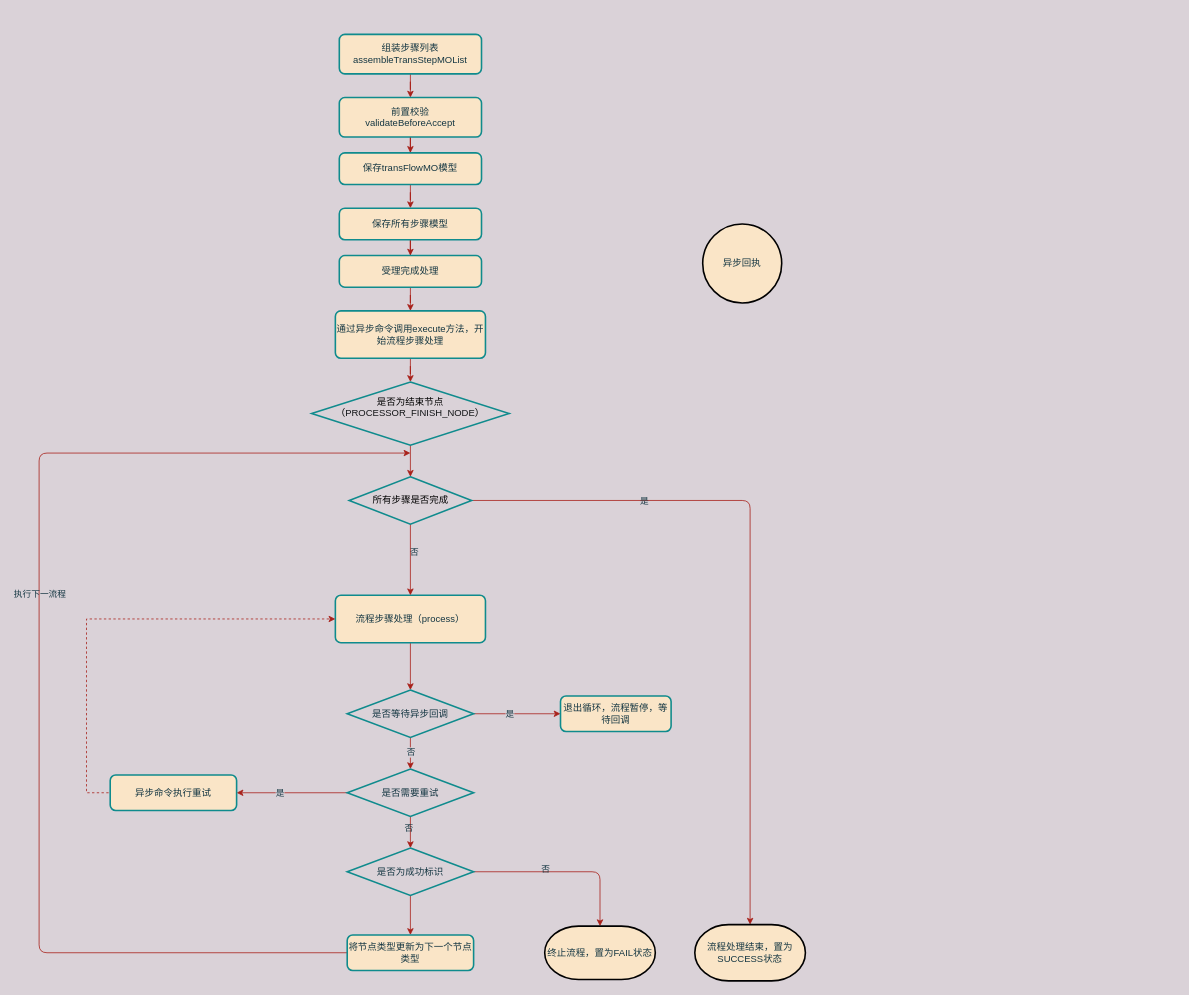
Earlier version of the draw.io diagram 流程编排.drawio (windlively/draw.io). Source tidied: cells renumbered, new cells numbered last; positions are measured from the earlier drawing's top-left corner, leaving out a move shared by most shapes. Both pictures are drawn from the tidied source at 79%, with x=0, y=0 at pixel (39, 34).
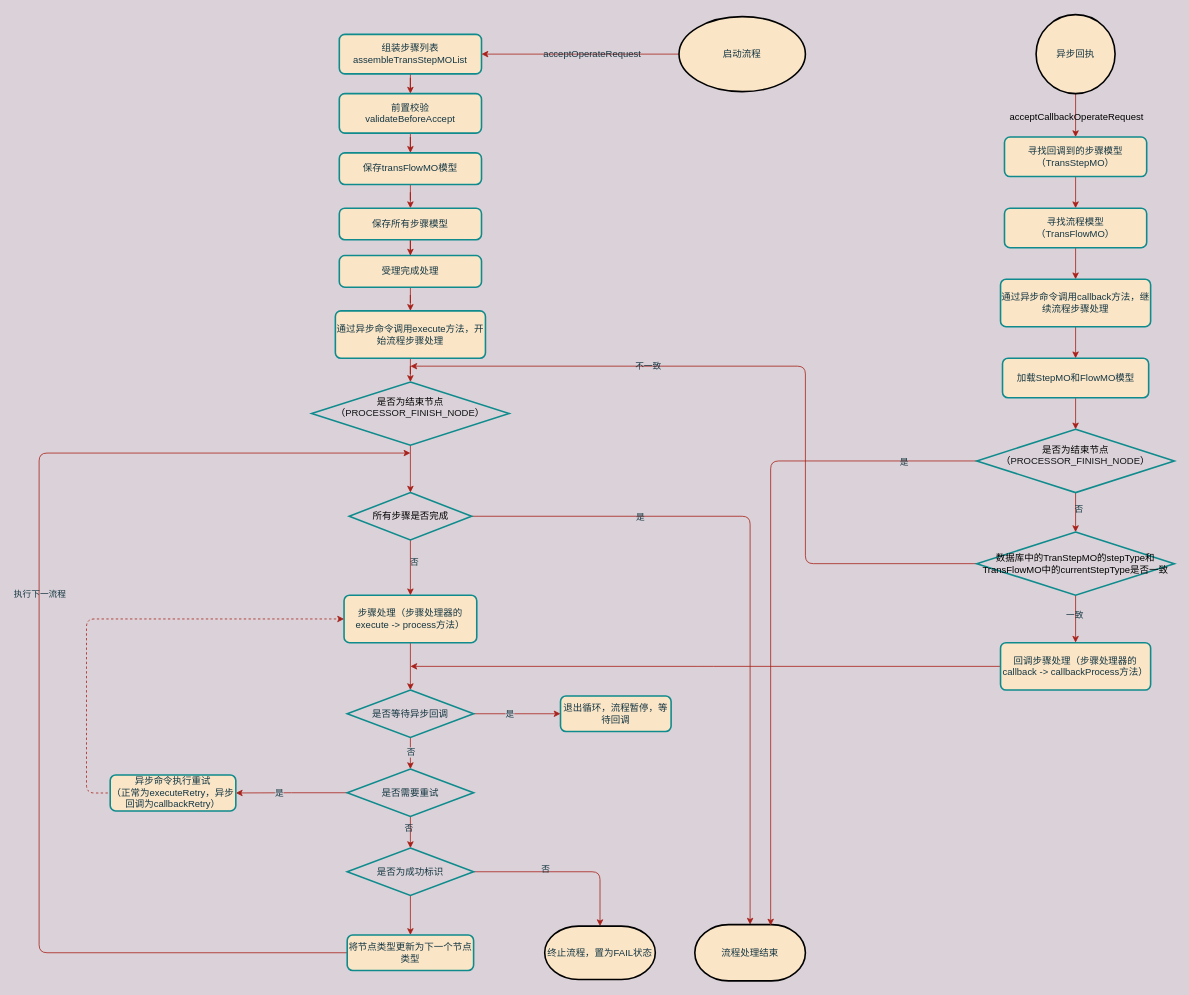
After the change.

Commit message:
更新流程编排.drawio

The change refers to these unchanged cells:
```xml
<mxCell id="3" value="组装步骤列表&lt;br&gt;assembleTransStepMOList" style="rounded=1;whiteSpace=wrap;html=1;absoluteArcSize=1;arcSize=14;strokeWidth=2;fillColor=#FAE5C7;strokeColor=#0F8B8D;fontColor=#143642;" parent="1" vertex="1">
  <mxGeometry x="380" width="180" height="50" as="geometry" />
</mxCell>
```

Change to the diagram source:
```diff
@@
     <mxCell id="5" value="前置校验&lt;br&gt;validateBeforeAccept" style="rounded=1;whiteSpace=wrap;html=1;absoluteArcSize=1;arcSize=14;strokeWidth=2;fillColor=#FAE5C7;strokeColor=#0F8B8D;fontColor=#143642;" parent="1" vertex="1">
-      <mxGeometry x="380" y="80" width="180" height="50" as="geometry" />
+      <mxGeometry x="380" y="75" width="180" height="50" as="geometry" />
     </mxCell>
@@
-    <mxCell id="15" value="流程步骤处理（process）" style="rounded=1;whiteSpace=wrap;html=1;absoluteArcSize=1;arcSize=14;strokeWidth=2;fillColor=#FAE5C7;strokeColor=#0F8B8D;fontColor=#143642;" parent="1" vertex="1">
-      <mxGeometry x="375" y="710" width="190" height="60" as="geometry" />
+    <mxCell id="15" value="步骤处理（步骤处理器的execute -&amp;gt; process方法）" style="rounded=1;whiteSpace=wrap;html=1;absoluteArcSize=1;arcSize=14;strokeWidth=2;fillColor=#FAE5C7;strokeColor=#0F8B8D;fontColor=#143642;" parent="1" vertex="1">
+      <mxGeometry x="386" y="710" width="168" height="60" as="geometry" />
     </mxCell>
@@
-    <mxCell id="27" style="edgeStyle=orthogonalEdgeStyle;rounded=0;jettySize=auto;html=1;labelBackgroundColor=#DAD2D8;strokeColor=#A8201A;fontColor=#143642;dashed=1;exitX=1;exitY=0.5;exitDx=0;exitDy=0;entryX=0;entryY=0.5;entryDx=0;entryDy=0;" parent="1" edge="1" source="28" target="15">
+    <mxCell id="27" style="edgeStyle=orthogonalEdgeStyle;rounded=1;jettySize=auto;html=1;labelBackgroundColor=#DAD2D8;strokeColor=#A8201A;fontColor=#143642;dashed=1;exitX=1;exitY=0.5;exitDx=0;exitDy=0;entryX=0;entryY=0.5;entryDx=0;entryDy=0;" parent="1" edge="1" source="28" target="15">
       <mxGeometry relative="1" as="geometry">
         <Array as="points">
           <mxPoint x="60" y="960" />
           <mxPoint x="60" y="740" />
         </Array>
       </mxGeometry>
     </mxCell>
-    <mxCell id="28" value="异步命令执行重试" style="rounded=1;whiteSpace=wrap;html=1;absoluteArcSize=1;arcSize=14;strokeWidth=2;fillColor=#FAE5C7;strokeColor=#0F8B8D;fontColor=#143642;" parent="1" vertex="1">
-      <mxGeometry x="90" y="937.5" width="160" height="45" as="geometry" />
+    <mxCell id="28" value="异步命令执行重试&lt;br&gt;（正常为executeRetry，异步回调为callbackRetry）" style="rounded=1;whiteSpace=wrap;html=1;absoluteArcSize=1;arcSize=14;strokeWidth=2;fillColor=#FAE5C7;strokeColor=#0F8B8D;fontColor=#143642;" parent="1" vertex="1">
+      <mxGeometry x="90" y="937.5" width="159" height="45.5" as="geometry" />
     </mxCell>
@@
+    <mxCell id="46" value="&lt;span style=&quot;font-size: 12px;&quot;&gt;acceptOperateRequest&lt;/span&gt;" style="edgeStyle=orthogonalEdgeStyle;curved=0;rounded=1;sketch=0;jettySize=auto;html=1;entryX=1;entryY=0.5;entryDx=0;entryDy=0;fontColor=#143642;strokeColor=#A8201A;fillColor=#FAE5C7;labelBackgroundColor=none;" parent="1" edge="1" source="36" target="3">
+      <mxGeometry x="-0.12" relative="1" as="geometry" />
+    </mxCell>
-    <mxCell id="36" value="异步回执" style="strokeWidth=2;html=1;shape=mxgraph.flowchart.start_2;whiteSpace=wrap;rounded=0;labelBackgroundColor=none;sketch=0;fontColor=#143642;fillColor=#FAE5C7;" parent="1" vertex="1">
-      <mxGeometry x="840" y="240" width="100" height="100" as="geometry" />
+    <mxCell id="36" value="启动流程&lt;br&gt;" style="strokeWidth=2;html=1;shape=mxgraph.flowchart.start_2;whiteSpace=wrap;rounded=0;labelBackgroundColor=none;sketch=0;fontColor=#143642;fillColor=#FAE5C7;" parent="1" vertex="1">
+      <mxGeometry x="810" y="-22.5" width="160" height="95" as="geometry" />
     </mxCell>
@@
     <mxCell id="41" value="&lt;span&gt;&lt;font color=&quot;#000000&quot; style=&quot;font-size: 12px&quot;&gt;所有步骤是否完成&lt;/font&gt;&lt;/span&gt;" style="strokeWidth=2;html=1;shape=mxgraph.flowchart.decision;whiteSpace=wrap;fillColor=none;strokeColor=#0F8B8D;fontColor=#143642;" parent="1" vertex="1">
-      <mxGeometry x="392.5" y="560" width="155" height="60" as="geometry" />
+      <mxGeometry x="392.5" y="580" width="155" height="60" as="geometry" />
     </mxCell>
-    <mxCell id="42" value="流程处理结束，置为SUCCESS状态" style="strokeWidth=2;html=1;shape=mxgraph.flowchart.terminator;whiteSpace=wrap;rounded=0;labelBackgroundColor=none;sketch=0;fontColor=#143642;fillColor=#FAE5C7;" parent="1" vertex="1">
+    <mxCell id="42" value="流程处理结束" style="strokeWidth=2;html=1;shape=mxgraph.flowchart.terminator;whiteSpace=wrap;rounded=0;labelBackgroundColor=none;sketch=0;fontColor=#143642;fillColor=#FAE5C7;" parent="1" vertex="1">
       <mxGeometry x="830" y="1126.9" width="140" height="71.2" as="geometry" />
     </mxCell>
@@
+    <mxCell id="47" style="edgeStyle=orthogonalEdgeStyle;curved=0;rounded=1;sketch=0;jettySize=auto;html=1;entryX=0.5;entryY=0;entryDx=0;entryDy=0;fontColor=#143642;strokeColor=#A8201A;fillColor=#FAE5C7;" parent="1" edge="1" source="49" target="51">
+      <mxGeometry relative="1" as="geometry" />
+    </mxCell>
+    <mxCell id="48" value="&lt;pre&gt;&lt;font style=&quot;font-size: 12px;&quot; face=&quot;Helvetica&quot; color=&quot;#000000&quot;&gt;acceptCallbackOperateRequest&lt;/font&gt;&lt;/pre&gt;" style="edgeLabel;html=1;align=center;verticalAlign=middle;fontColor=#143642;labelBackgroundColor=none;" parent="47" vertex="1">
+      <mxGeometry x="-0.47" relative="1" as="geometry">
+        <mxPoint y="14" as="offset" />
+      </mxGeometry>
+    </mxCell>
+    <mxCell id="49" value="异步回执" style="strokeWidth=2;html=1;shape=mxgraph.flowchart.start_2;whiteSpace=wrap;rounded=0;labelBackgroundColor=none;sketch=0;fontColor=#143642;fillColor=#FAE5C7;" parent="1" vertex="1">
+      <mxGeometry x="1262" y="-25" width="100" height="100" as="geometry" />
+    </mxCell>
+    <mxCell id="50" style="edgeStyle=orthogonalEdgeStyle;curved=0;rounded=1;sketch=0;jettySize=auto;html=1;entryX=0.5;entryY=0;entryDx=0;entryDy=0;labelBackgroundColor=none;fontColor=#143642;strokeColor=#A8201A;fillColor=#FAE5C7;" parent="1" edge="1" source="51" target="53">
+      <mxGeometry relative="1" as="geometry" />
+    </mxCell>
+    <mxCell id="51" value="寻找回调到的步骤模型&lt;br&gt;（TransStepMO）" style="rounded=1;whiteSpace=wrap;html=1;absoluteArcSize=1;arcSize=14;strokeWidth=2;fillColor=#FAE5C7;strokeColor=#0F8B8D;fontColor=#143642;" parent="1" vertex="1">
+      <mxGeometry x="1222" y="130" width="180" height="50" as="geometry" />
+    </mxCell>
+    <mxCell id="52" style="edgeStyle=orthogonalEdgeStyle;curved=0;rounded=1;sketch=0;jettySize=auto;html=1;entryX=0.5;entryY=0;entryDx=0;entryDy=0;labelBackgroundColor=none;fontColor=#143642;strokeColor=#A8201A;fillColor=#FAE5C7;" parent="1" edge="1" source="53" target="55">
+      <mxGeometry relative="1" as="geometry" />
+    </mxCell>
+    <mxCell id="53" value="寻找流程模型&lt;br&gt;（TransFlowMO）" style="rounded=1;whiteSpace=wrap;html=1;absoluteArcSize=1;arcSize=14;strokeWidth=2;fillColor=#FAE5C7;strokeColor=#0F8B8D;fontColor=#143642;" parent="1" vertex="1">
+      <mxGeometry x="1222" y="220" width="180" height="50" as="geometry" />
+    </mxCell>
+    <mxCell id="54" style="edgeStyle=orthogonalEdgeStyle;curved=0;rounded=1;sketch=0;jettySize=auto;html=1;labelBackgroundColor=none;fontColor=#143642;strokeColor=#A8201A;fillColor=#FAE5C7;" parent="1" edge="1" source="55" target="57">
+      <mxGeometry relative="1" as="geometry" />
+    </mxCell>
+    <mxCell id="55" value="通过异步命令调用callback方法，继续流程步骤处理" style="rounded=1;whiteSpace=wrap;html=1;absoluteArcSize=1;arcSize=14;strokeWidth=2;fillColor=#FAE5C7;strokeColor=#0F8B8D;fontColor=#143642;" parent="1" vertex="1">
+      <mxGeometry x="1217" y="310" width="190" height="60" as="geometry" />
+    </mxCell>
+    <mxCell id="56" style="edgeStyle=orthogonalEdgeStyle;curved=0;rounded=1;sketch=0;jettySize=auto;html=1;labelBackgroundColor=none;fontColor=#143642;strokeColor=#A8201A;fillColor=#FAE5C7;" parent="1" edge="1" source="57" target="62">
+      <mxGeometry relative="1" as="geometry" />
+    </mxCell>
+    <mxCell id="57" value="加载StepMO和FlowMO模型" style="rounded=1;whiteSpace=wrap;html=1;absoluteArcSize=1;arcSize=14;strokeWidth=2;fillColor=#FAE5C7;strokeColor=#0F8B8D;fontColor=#143642;" parent="1" vertex="1">
+      <mxGeometry x="1219.5" y="410" width="185" height="50" as="geometry" />
+    </mxCell>
+    <mxCell id="58" style="edgeStyle=orthogonalEdgeStyle;curved=0;rounded=1;sketch=0;jettySize=auto;html=1;entryX=0.686;entryY=0.016;entryDx=0;entryDy=0;entryPerimeter=0;labelBackgroundColor=none;fontColor=#143642;strokeColor=#A8201A;fillColor=#FAE5C7;" parent="1" edge="1" source="62" target="42">
+      <mxGeometry relative="1" as="geometry" />
+    </mxCell>
+    <mxCell id="59" value="是" style="edgeLabel;html=1;align=center;verticalAlign=middle;fontColor=#143642;labelBackgroundColor=none;" parent="58" vertex="1">
+      <mxGeometry x="-0.78" relative="1" as="geometry" />
+    </mxCell>
+    <mxCell id="60" style="edgeStyle=orthogonalEdgeStyle;curved=0;rounded=1;sketch=0;jettySize=auto;html=1;labelBackgroundColor=none;fontColor=#143642;strokeColor=#A8201A;fillColor=#FAE5C7;" parent="1" edge="1" source="62" target="67">
+      <mxGeometry relative="1" as="geometry" />
+    </mxCell>
+    <mxCell id="61" value="否" style="edgeLabel;html=1;align=center;verticalAlign=middle;fontColor=#143642;labelBackgroundColor=none;" parent="60" vertex="1">
+      <mxGeometry x="-0.2" y="3" relative="1" as="geometry" />
+    </mxCell>
+    <mxCell id="62" value="&lt;font color=&quot;#000000&quot; style=&quot;font-size: 12px&quot;&gt;是否为结束节点&lt;br&gt;&lt;font style=&quot;font-size: 12px&quot;&gt;（&lt;/font&gt;&lt;/font&gt;&lt;font style=&quot;font-size: 12px&quot;&gt;&lt;font style=&quot;font-size: 12px&quot;&gt;&lt;span style=&quot;color: rgb(18 , 20 , 22)&quot;&gt;PROCESSOR_FINISH_NODE&lt;/span&gt;&lt;span style=&quot;color: rgb(0 , 0 , 0)&quot;&gt;）&lt;/span&gt;&lt;/font&gt;&lt;br&gt;&lt;/font&gt;&lt;font color=&quot;#000000&quot;&gt;&lt;br&gt;&lt;/font&gt;" style="strokeWidth=2;html=1;shape=mxgraph.flowchart.decision;whiteSpace=wrap;fillColor=none;strokeColor=#0F8B8D;fontColor=#143642;" parent="1" vertex="1">
+      <mxGeometry x="1187" y="500" width="250" height="80" as="geometry" />
+    </mxCell>
+    <mxCell id="63" style="edgeStyle=orthogonalEdgeStyle;curved=0;rounded=1;sketch=0;jettySize=auto;html=1;labelBackgroundColor=none;fontColor=#143642;strokeColor=#A8201A;fillColor=#FAE5C7;" parent="1" edge="1" source="67">
+      <mxGeometry relative="1" as="geometry">
+        <mxPoint x="470" y="420" as="targetPoint" />
+        <Array as="points">
+          <mxPoint x="970" y="670" />
+          <mxPoint x="970" y="420" />
+        </Array>
+      </mxGeometry>
+    </mxCell>
+    <mxCell id="64" value="不一致" style="edgeLabel;html=1;align=center;verticalAlign=middle;fontColor=#143642;labelBackgroundColor=none;" parent="63" vertex="1">
+      <mxGeometry x="0.38" y="-1" relative="1" as="geometry" />
+    </mxCell>
+    <mxCell id="65" style="edgeStyle=orthogonalEdgeStyle;rounded=1;sketch=0;jettySize=auto;html=1;labelBackgroundColor=none;fontColor=#143642;strokeColor=#A8201A;fillColor=#FAE5C7;" parent="1" edge="1" source="67" target="69">
+      <mxGeometry relative="1" as="geometry" />
+    </mxCell>
+    <mxCell id="66" value="一致" style="edgeLabel;html=1;align=center;verticalAlign=middle;fontColor=#143642;labelBackgroundColor=none;" parent="65" vertex="1">
+      <mxGeometry x="-0.2" y="-2" relative="1" as="geometry" />
+    </mxCell>
+    <mxCell id="67" value="&lt;font color=&quot;#000000&quot;&gt;数据库中的TranStepMO的stepType和TransFlowMO中的currentStepType是否一致&lt;br&gt;&lt;/font&gt;" style="strokeWidth=2;html=1;shape=mxgraph.flowchart.decision;whiteSpace=wrap;fillColor=none;strokeColor=#0F8B8D;fontColor=#143642;" parent="1" vertex="1">
+      <mxGeometry x="1187" y="630" width="250" height="80" as="geometry" />
+    </mxCell>
+    <mxCell id="68" style="edgeStyle=orthogonalEdgeStyle;rounded=1;sketch=0;jettySize=auto;html=1;labelBackgroundColor=none;fontColor=#143642;strokeColor=#A8201A;fillColor=#FAE5C7;" parent="1" edge="1" source="69">
+      <mxGeometry relative="1" as="geometry">
+        <mxPoint x="470" y="800" as="targetPoint" />
+      </mxGeometry>
+    </mxCell>
+    <mxCell id="69" value="回调步骤处理（步骤处理器的callback -&amp;gt; callbackProcess方法）" style="rounded=1;whiteSpace=wrap;html=1;absoluteArcSize=1;arcSize=14;strokeWidth=2;fillColor=#FAE5C7;strokeColor=#0F8B8D;fontColor=#143642;" parent="1" vertex="1">
+      <mxGeometry x="1217" y="770" width="190" height="60" as="geometry" />
+    </mxCell>
```
